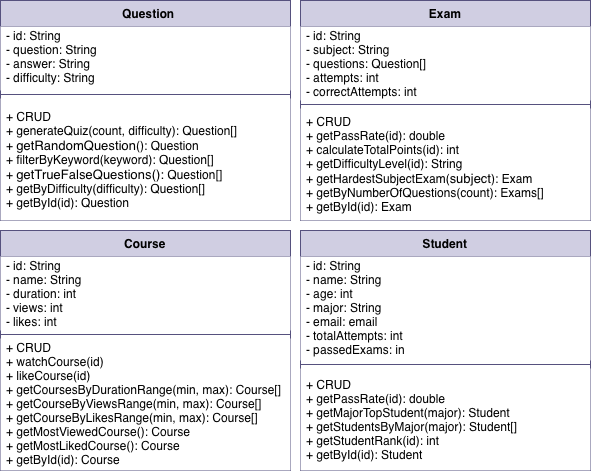
Before: images/LMS.drawio.png, a diagram exported from draw.io (AlhanoufKMLz/tuwaiq-lab7). Source tidied: cells renumbered, new cells last; positions are measured from the earlier drawing's top-left corner, leaving out a move shared by most shapes. Its diagram source:
```xml
<mxGraphModel>
  <root>
    <mxCell id="0" />
    <mxCell id="1" parent="0" />
    <mxCell id="2" value="Exam" style="swimlane;fontStyle=1;align=center;verticalAlign=top;horizontal=1;startSize=26;whiteSpace=wrap;html=1;fillColor=#d0cee2;strokeColor=#56517e;" parent="1" vertex="1">
      <mxGeometry x="300" width="290" height="220" as="geometry" />
    </mxCell>
    <mxCell id="3" value="- id: String&lt;div&gt;- subject: String&lt;br&gt;&lt;div&gt;- questions: Question[]&lt;/div&gt;&lt;/div&gt;&lt;div&gt;- attempts: int&lt;/div&gt;&lt;div&gt;- correctAttempts: int&lt;/div&gt;" style="text;align=left;verticalAlign=middle;spacingLeft=4;spacingRight=4;overflow=hidden;whiteSpace=wrap;html=1;fillColor=default;" parent="2" vertex="1">
      <mxGeometry y="26" width="290" height="74" as="geometry" />
    </mxCell>
    <mxCell id="4" style="line;strokeWidth=1;fillColor=none;align=left;verticalAlign=middle;spacingTop=-1;spacingLeft=3;spacingRight=3;labelPosition=right;strokeColor=inherit;" parent="2" vertex="1">
      <mxGeometry y="100" width="290" height="8" as="geometry" />
    </mxCell>
    <mxCell id="5" value="&lt;font&gt;+ CRUD&lt;/font&gt;&lt;div&gt;&lt;font&gt;+&amp;nbsp;getPassRate(id): double&lt;/font&gt;&lt;/div&gt;&lt;div&gt;&lt;font&gt;+&amp;nbsp;calculateTotalPoints(id): int&lt;/font&gt;&lt;/div&gt;&lt;div&gt;&lt;font&gt;+&amp;nbsp;&lt;/font&gt;getDifficultyLevel(id): String&lt;/div&gt;&lt;div&gt;&lt;font&gt;+&amp;nbsp;getHardestSubjectExam(&lt;/font&gt;&lt;span style=&quot;font-size: 9.8pt; color: rgb(0, 0, 0);&quot;&gt;&lt;font face=&quot;Helvetica&quot;&gt;subject&lt;/font&gt;&lt;/span&gt;): Exam&amp;nbsp;&lt;/div&gt;&lt;div&gt;&lt;font&gt;+ getByNumberOfQuestions(count): Exams[]&lt;/font&gt;&lt;/div&gt;&lt;div&gt;&lt;font&gt;+ getById(id): Exam&lt;/font&gt;&lt;/div&gt;" style="text;strokeColor=none;fillColor=default;align=left;verticalAlign=top;spacingLeft=4;spacingRight=4;overflow=hidden;whiteSpace=wrap;html=1;" parent="2" vertex="1">
      <mxGeometry y="108" width="290" height="112" as="geometry" />
    </mxCell>
    <mxCell id="6" value="Course" style="swimlane;fontStyle=1;align=center;verticalAlign=top;horizontal=1;startSize=26;whiteSpace=wrap;html=1;fillColor=#d0cee2;strokeColor=#56517e;" parent="1" vertex="1">
      <mxGeometry y="230" width="290" height="240" as="geometry" />
    </mxCell>
    <mxCell id="7" value="- id: String&lt;div&gt;- name: String&lt;br&gt;&lt;div&gt;- duration: int&lt;/div&gt;&lt;/div&gt;&lt;div&gt;- views: int&lt;/div&gt;&lt;div&gt;- likes: int&lt;/div&gt;" style="text;strokeColor=none;fillColor=default;align=left;verticalAlign=middle;spacingLeft=4;spacingRight=4;overflow=hidden;whiteSpace=wrap;html=1;" parent="6" vertex="1">
      <mxGeometry y="26" width="290" height="74" as="geometry" />
    </mxCell>
    <mxCell id="8" style="line;strokeWidth=1;fillColor=none;align=left;verticalAlign=middle;spacingTop=-1;spacingLeft=3;spacingRight=3;labelPosition=right;strokeColor=inherit;" parent="6" vertex="1">
      <mxGeometry y="100" width="290" height="8" as="geometry" />
    </mxCell>
    <mxCell id="9" value="+ CRUD&lt;div&gt;+ watchCourse(id)&lt;/div&gt;&lt;div&gt;+ likeCourse(id)&lt;/div&gt;&lt;div&gt;+&lt;font&gt;&amp;nbsp;getCoursesByDurationRange(min, max): Course[]&lt;/font&gt;&lt;/div&gt;&lt;div&gt;&lt;font&gt;+ getCourseByViewsRange(min, max): Course[]&lt;br&gt;&lt;/font&gt;&lt;/div&gt;&lt;div&gt;&lt;font&gt;+ getCourseByLikesRange(min, max): Course[]&lt;br&gt;&lt;/font&gt;&lt;/div&gt;&lt;div&gt;&lt;font&gt;&lt;span&gt;+&amp;nbsp;&lt;span style=&quot;color: rgb(0, 0, 0);&quot;&gt;&lt;font face=&quot;Helvetica&quot;&gt;getMostViewedCourse&lt;/font&gt;&lt;/span&gt;(): Course&lt;/span&gt;&lt;br&gt;&lt;/font&gt;&lt;/div&gt;&lt;div&gt;&lt;font&gt;&lt;span&gt;+ getMostLikedCourse(): Course&lt;/span&gt;&lt;/font&gt;&lt;/div&gt;&lt;div&gt;&lt;font&gt;&lt;span&gt;+ getById(id): Course&lt;/span&gt;&lt;/font&gt;&lt;/div&gt;&lt;div&gt;&lt;br&gt;&lt;/div&gt;" style="text;strokeColor=none;fillColor=default;align=left;verticalAlign=middle;spacingLeft=4;spacingRight=4;overflow=hidden;whiteSpace=wrap;html=1;" parent="6" vertex="1">
      <mxGeometry y="108" width="290" height="132" as="geometry" />
    </mxCell>
    <mxCell id="10" value="&amp;nbsp; Question" style="swimlane;fontStyle=1;align=center;verticalAlign=middle;horizontal=1;startSize=26;whiteSpace=wrap;html=1;fillColor=#d0cee2;strokeColor=#56517e;" parent="1" vertex="1">
      <mxGeometry width="290" height="220" as="geometry" />
    </mxCell>
    <mxCell id="11" value="- id: String&lt;div&gt;&lt;div&gt;- question: String&lt;/div&gt;&lt;/div&gt;&lt;div&gt;- answer: String&lt;/div&gt;&lt;div&gt;- difficulty: String&lt;/div&gt;&lt;div&gt;&lt;br&gt;&lt;/div&gt;" style="text;strokeColor=none;fillColor=default;align=left;verticalAlign=middle;spacingLeft=4;spacingRight=4;overflow=hidden;whiteSpace=wrap;html=1;" parent="10" vertex="1">
      <mxGeometry y="26" width="290" height="64" as="geometry" />
    </mxCell>
    <mxCell id="12" style="line;strokeWidth=1;fillColor=none;align=left;verticalAlign=middle;spacingTop=-1;spacingLeft=3;spacingRight=3;labelPosition=right;strokeColor=inherit;" parent="10" vertex="1">
      <mxGeometry y="90" width="290" height="8" as="geometry" />
    </mxCell>
    <mxCell id="13" value="&lt;font face=&quot;Helvetica&quot;&gt;+ CRUD&lt;/font&gt;&lt;div&gt;&lt;font face=&quot;Helvetica&quot;&gt;+&amp;nbsp;generateQuiz(count, difficulty): Question[]&lt;/font&gt;&lt;/div&gt;&lt;div&gt;&lt;font face=&quot;Helvetica&quot;&gt;+&amp;nbsp;&lt;span style=&quot;font-size: 9.8pt; color: rgb(0, 0, 0); background-color: light-dark(#ffffff, var(--ge-dark-color, #121212));&quot;&gt;getRandomQuestion&lt;/span&gt;(): Question&lt;br&gt;&lt;/font&gt;&lt;/div&gt;&lt;div&gt;&lt;font face=&quot;Helvetica&quot;&gt;+&lt;/font&gt;&amp;nbsp;filterByKeyword(keyword): Question[]&lt;/div&gt;&lt;div&gt;&lt;font face=&quot;Helvetica&quot;&gt;+&amp;nbsp;&lt;span style=&quot;font-size: 9.8pt; color: rgb(0, 0, 0);&quot;&gt;getTrueFalseQuestions():&amp;nbsp;&lt;/span&gt;&lt;/font&gt;Question[]&lt;/div&gt;&lt;div&gt;+ getByDifficulty(difficulty): Question[]&lt;/div&gt;&lt;div&gt;+ getById(id): Question&lt;/div&gt;" style="text;strokeColor=none;fillColor=default;align=left;verticalAlign=middle;spacingLeft=4;spacingRight=4;overflow=hidden;whiteSpace=wrap;html=1;" parent="10" vertex="1">
      <mxGeometry y="98" width="290" height="122" as="geometry" />
    </mxCell>
    <mxCell id="14" value="Student" style="swimlane;fontStyle=1;align=center;verticalAlign=top;horizontal=1;startSize=26;whiteSpace=wrap;html=1;fillColor=#d0cee2;strokeColor=#56517e;" parent="1" vertex="1">
      <mxGeometry x="300" y="230" width="290" height="240" as="geometry" />
    </mxCell>
    <mxCell id="15" value="- id: String&lt;div&gt;- name: String&lt;/div&gt;&lt;div&gt;- age: int&lt;/div&gt;&lt;div&gt;- major: String&lt;/div&gt;&lt;div&gt;- email: email&lt;/div&gt;&lt;div&gt;-&amp;nbsp;&lt;span style=&quot;background-color: light-dark(#ffffff, var(--ge-dark-color, #121212)); color: rgb(0, 0, 0);&quot;&gt;&lt;font face=&quot;Helvetica&quot;&gt;totalAttempts: int&lt;/font&gt;&lt;/span&gt;&lt;/div&gt;&lt;div&gt;&lt;span style=&quot;background-color: light-dark(#ffffff, var(--ge-dark-color, #121212)); color: rgb(0, 0, 0);&quot;&gt;&lt;font face=&quot;Helvetica&quot;&gt;-&amp;nbsp;passedExams: in&lt;/font&gt;&lt;/span&gt;&lt;/div&gt;&lt;div&gt;&lt;br&gt;&lt;/div&gt;&lt;div&gt;&lt;br&gt;&lt;/div&gt;" style="text;strokeColor=none;fillColor=default;align=left;verticalAlign=middle;spacingLeft=4;spacingRight=4;overflow=hidden;whiteSpace=wrap;html=1;fontSize=12;" parent="14" vertex="1">
      <mxGeometry y="26" width="290" height="104" as="geometry" />
    </mxCell>
    <mxCell id="16" style="line;strokeWidth=1;fillColor=none;align=left;verticalAlign=middle;spacingTop=-1;spacingLeft=3;spacingRight=3;labelPosition=right;strokeColor=inherit;" parent="14" vertex="1">
      <mxGeometry y="130" width="290" height="8" as="geometry" />
    </mxCell>
    <mxCell id="17" value="+ CRUD&lt;div&gt;&lt;font&gt;+&amp;nbsp;getPassRate(id): double&lt;/font&gt;&lt;/div&gt;&lt;div&gt;&lt;font&gt;&lt;font&gt;+&amp;nbsp;&lt;/font&gt;getMajorTopStudent(major): Student&lt;/font&gt;&lt;/div&gt;&lt;div&gt;&lt;font&gt;+&amp;nbsp;getStudentsByMajor(major): Student[]&lt;/font&gt;&lt;/div&gt;&lt;div&gt;+&amp;nbsp;&lt;span style=&quot;color: rgb(0, 0, 0);&quot;&gt;&lt;font face=&quot;Helvetica&quot;&gt;getStudentRank(id): int&lt;/font&gt;&lt;/span&gt;&lt;/div&gt;&lt;div&gt;&lt;span style=&quot;color: rgb(0, 0, 0);&quot;&gt;&lt;font face=&quot;Helvetica&quot;&gt;+ getById(id): Student&lt;/font&gt;&lt;/span&gt;&lt;/div&gt;" style="text;strokeColor=none;fillColor=default;align=left;verticalAlign=middle;spacingLeft=4;spacingRight=4;overflow=hidden;whiteSpace=wrap;html=1;" parent="14" vertex="1">
      <mxGeometry y="138" width="290" height="102" as="geometry" />
    </mxCell>
  </root>
</mxGraphModel>
```
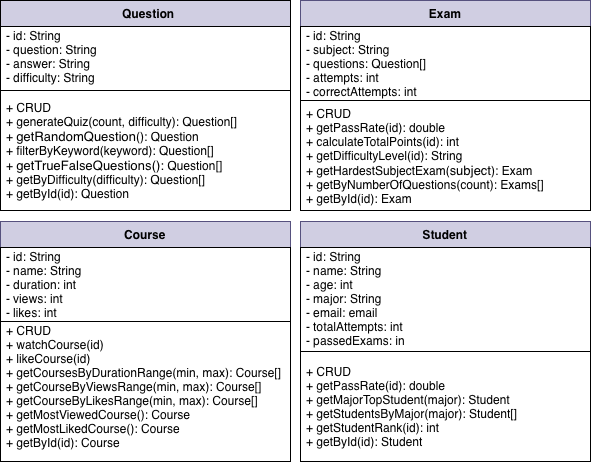
After the change.

Commit message:
fix: UML diagram

Diff of the diagram source:
```diff
@@ -3,52 +3,40 @@
     <mxCell id="0" />
     <mxCell id="1" parent="0" />
     <mxCell id="2" value="Exam" style="swimlane;fontStyle=1;align=center;verticalAlign=top;horizontal=1;startSize=26;whiteSpace=wrap;html=1;fillColor=#d0cee2;strokeColor=#56517e;" parent="1" vertex="1">
-      <mxGeometry x="300" width="290" height="220" as="geometry" />
+      <mxGeometry x="300" width="290" height="210" as="geometry" />
     </mxCell>
-    <mxCell id="3" value="- id: String&lt;div&gt;- subject: String&lt;br&gt;&lt;div&gt;- questions: Question[]&lt;/div&gt;&lt;/div&gt;&lt;div&gt;- attempts: int&lt;/div&gt;&lt;div&gt;- correctAttempts: int&lt;/div&gt;" style="text;align=left;verticalAlign=middle;spacingLeft=4;spacingRight=4;overflow=hidden;whiteSpace=wrap;html=1;fillColor=default;" parent="2" vertex="1">
+    <mxCell id="3" value="- id: String&lt;div&gt;- subject: String&lt;br&gt;&lt;div&gt;- questions: Question[]&lt;/div&gt;&lt;/div&gt;&lt;div&gt;- attempts: int&lt;/div&gt;&lt;div&gt;- correctAttempts: int&lt;/div&gt;" style="text;align=left;verticalAlign=middle;spacingLeft=4;spacingRight=4;overflow=hidden;whiteSpace=wrap;html=1;fillColor=default;strokeColor=default;" parent="2" vertex="1">
       <mxGeometry y="26" width="290" height="74" as="geometry" />
     </mxCell>
-    <mxCell id="4" style="line;strokeWidth=1;fillColor=none;align=left;verticalAlign=middle;spacingTop=-1;spacingLeft=3;spacingRight=3;labelPosition=right;strokeColor=inherit;" parent="2" vertex="1">
-      <mxGeometry y="100" width="290" height="8" as="geometry" />
-    </mxCell>
-    <mxCell id="5" value="&lt;font&gt;+ CRUD&lt;/font&gt;&lt;div&gt;&lt;font&gt;+&amp;nbsp;getPassRate(id): double&lt;/font&gt;&lt;/div&gt;&lt;div&gt;&lt;font&gt;+&amp;nbsp;calculateTotalPoints(id): int&lt;/font&gt;&lt;/div&gt;&lt;div&gt;&lt;font&gt;+&amp;nbsp;&lt;/font&gt;getDifficultyLevel(id): String&lt;/div&gt;&lt;div&gt;&lt;font&gt;+&amp;nbsp;getHardestSubjectExam(&lt;/font&gt;&lt;span style=&quot;font-size: 9.8pt; color: rgb(0, 0, 0);&quot;&gt;&lt;font face=&quot;Helvetica&quot;&gt;subject&lt;/font&gt;&lt;/span&gt;): Exam&amp;nbsp;&lt;/div&gt;&lt;div&gt;&lt;font&gt;+ getByNumberOfQuestions(count): Exams[]&lt;/font&gt;&lt;/div&gt;&lt;div&gt;&lt;font&gt;+ getById(id): Exam&lt;/font&gt;&lt;/div&gt;" style="text;strokeColor=none;fillColor=default;align=left;verticalAlign=top;spacingLeft=4;spacingRight=4;overflow=hidden;whiteSpace=wrap;html=1;" parent="2" vertex="1">
-      <mxGeometry y="108" width="290" height="112" as="geometry" />
+    <mxCell id="5" value="&lt;font&gt;+ CRUD&lt;/font&gt;&lt;div&gt;&lt;font&gt;+&amp;nbsp;getPassRate(id): double&lt;/font&gt;&lt;/div&gt;&lt;div&gt;&lt;font&gt;+&amp;nbsp;calculateTotalPoints(id): int&lt;/font&gt;&lt;/div&gt;&lt;div&gt;&lt;font&gt;+&amp;nbsp;&lt;/font&gt;getDifficultyLevel(id): String&lt;/div&gt;&lt;div&gt;&lt;font&gt;+&amp;nbsp;getHardestSubjectExam(&lt;/font&gt;&lt;span style=&quot;font-size: 9.8pt; color: rgb(0, 0, 0);&quot;&gt;&lt;font face=&quot;Helvetica&quot;&gt;subject&lt;/font&gt;&lt;/span&gt;): Exam&amp;nbsp;&lt;/div&gt;&lt;div&gt;&lt;font&gt;+ getByNumberOfQuestions(count): Exams[]&lt;/font&gt;&lt;/div&gt;&lt;div&gt;&lt;font&gt;+ getById(id): Exam&lt;/font&gt;&lt;/div&gt;" style="text;strokeColor=default;fillColor=default;align=left;verticalAlign=top;spacingLeft=4;spacingRight=4;overflow=hidden;whiteSpace=wrap;html=1;" parent="2" vertex="1">
+      <mxGeometry y="100" width="290" height="110" as="geometry" />
     </mxCell>
+    <mxCell id="10" value="&amp;nbsp; Question" style="swimlane;fontStyle=1;align=center;verticalAlign=middle;horizontal=1;startSize=26;whiteSpace=wrap;html=1;fillColor=#d0cee2;strokeColor=default;" parent="1" vertex="1">
+      <mxGeometry width="290" height="210" as="geometry" />
+    </mxCell>
+    <mxCell id="11" value="- id: String&lt;div&gt;&lt;div&gt;- question: String&lt;/div&gt;&lt;/div&gt;&lt;div&gt;- answer: String&lt;/div&gt;&lt;div&gt;- difficulty: String&lt;/div&gt;&lt;div&gt;&lt;br&gt;&lt;/div&gt;" style="text;strokeColor=default;fillColor=default;align=left;verticalAlign=middle;spacingLeft=4;spacingRight=4;overflow=hidden;whiteSpace=wrap;html=1;gradientColor=none;" parent="10" vertex="1">
+      <mxGeometry y="26" width="290" height="64" as="geometry" />
+    </mxCell>
+    <mxCell id="13" value="&lt;font face=&quot;Helvetica&quot;&gt;+ CRUD&lt;/font&gt;&lt;div&gt;&lt;font face=&quot;Helvetica&quot;&gt;+&amp;nbsp;generateQuiz(count, difficulty): Question[]&lt;/font&gt;&lt;/div&gt;&lt;div&gt;&lt;font face=&quot;Helvetica&quot;&gt;+&amp;nbsp;&lt;span style=&quot;font-size: 9.8pt; color: rgb(0, 0, 0); background-color: light-dark(#ffffff, var(--ge-dark-color, #121212));&quot;&gt;getRandomQuestion&lt;/span&gt;(): Question&lt;br&gt;&lt;/font&gt;&lt;/div&gt;&lt;div&gt;&lt;font face=&quot;Helvetica&quot;&gt;+&lt;/font&gt;&amp;nbsp;filterByKeyword(keyword): Question[]&lt;/div&gt;&lt;div&gt;&lt;font face=&quot;Helvetica&quot;&gt;+&amp;nbsp;&lt;span style=&quot;font-size: 9.8pt; color: rgb(0, 0, 0);&quot;&gt;getTrueFalseQuestions():&amp;nbsp;&lt;/span&gt;&lt;/font&gt;Question[]&lt;/div&gt;&lt;div&gt;+ getByDifficulty(difficulty): Question[]&lt;/div&gt;&lt;div&gt;+ getById(id): Question&lt;/div&gt;" style="text;strokeColor=default;fillColor=default;align=left;verticalAlign=middle;spacingLeft=4;spacingRight=4;overflow=hidden;whiteSpace=wrap;html=1;" parent="10" vertex="1">
+      <mxGeometry y="90" width="290" height="120" as="geometry" />
+    </mxCell>
     <mxCell id="6" value="Course" style="swimlane;fontStyle=1;align=center;verticalAlign=top;horizontal=1;startSize=26;whiteSpace=wrap;html=1;fillColor=#d0cee2;strokeColor=#56517e;" parent="1" vertex="1">
-      <mxGeometry y="230" width="290" height="240" as="geometry" />
+      <mxGeometry y="221" width="290" height="240" as="geometry" />
     </mxCell>
-    <mxCell id="7" value="- id: String&lt;div&gt;- name: String&lt;br&gt;&lt;div&gt;- duration: int&lt;/div&gt;&lt;/div&gt;&lt;div&gt;- views: int&lt;/div&gt;&lt;div&gt;- likes: int&lt;/div&gt;" style="text;strokeColor=none;fillColor=default;align=left;verticalAlign=middle;spacingLeft=4;spacingRight=4;overflow=hidden;whiteSpace=wrap;html=1;" parent="6" vertex="1">
+    <mxCell id="7" value="- id: String&lt;div&gt;- name: String&lt;br&gt;&lt;div&gt;- duration: int&lt;/div&gt;&lt;/div&gt;&lt;div&gt;- views: int&lt;/div&gt;&lt;div&gt;- likes: int&lt;/div&gt;" style="text;strokeColor=default;fillColor=default;align=left;verticalAlign=middle;spacingLeft=4;spacingRight=4;overflow=hidden;whiteSpace=wrap;html=1;" parent="6" vertex="1">
       <mxGeometry y="26" width="290" height="74" as="geometry" />
     </mxCell>
-    <mxCell id="8" style="line;strokeWidth=1;fillColor=none;align=left;verticalAlign=middle;spacingTop=-1;spacingLeft=3;spacingRight=3;labelPosition=right;strokeColor=inherit;" parent="6" vertex="1">
-      <mxGeometry y="100" width="290" height="8" as="geometry" />
-    </mxCell>
-    <mxCell id="9" value="+ CRUD&lt;div&gt;+ watchCourse(id)&lt;/div&gt;&lt;div&gt;+ likeCourse(id)&lt;/div&gt;&lt;div&gt;+&lt;font&gt;&amp;nbsp;getCoursesByDurationRange(min, max): Course[]&lt;/font&gt;&lt;/div&gt;&lt;div&gt;&lt;font&gt;+ getCourseByViewsRange(min, max): Course[]&lt;br&gt;&lt;/font&gt;&lt;/div&gt;&lt;div&gt;&lt;font&gt;+ getCourseByLikesRange(min, max): Course[]&lt;br&gt;&lt;/font&gt;&lt;/div&gt;&lt;div&gt;&lt;font&gt;&lt;span&gt;+&amp;nbsp;&lt;span style=&quot;color: rgb(0, 0, 0);&quot;&gt;&lt;font face=&quot;Helvetica&quot;&gt;getMostViewedCourse&lt;/font&gt;&lt;/span&gt;(): Course&lt;/span&gt;&lt;br&gt;&lt;/font&gt;&lt;/div&gt;&lt;div&gt;&lt;font&gt;&lt;span&gt;+ getMostLikedCourse(): Course&lt;/span&gt;&lt;/font&gt;&lt;/div&gt;&lt;div&gt;&lt;font&gt;&lt;span&gt;+ getById(id): Course&lt;/span&gt;&lt;/font&gt;&lt;/div&gt;&lt;div&gt;&lt;br&gt;&lt;/div&gt;" style="text;strokeColor=none;fillColor=default;align=left;verticalAlign=middle;spacingLeft=4;spacingRight=4;overflow=hidden;whiteSpace=wrap;html=1;" parent="6" vertex="1">
-      <mxGeometry y="108" width="290" height="132" as="geometry" />
+    <mxCell id="9" value="+ CRUD&lt;div&gt;+ watchCourse(id)&lt;/div&gt;&lt;div&gt;+ likeCourse(id)&lt;/div&gt;&lt;div&gt;+&lt;font&gt;&amp;nbsp;getCoursesByDurationRange(min, max): Course[]&lt;/font&gt;&lt;/div&gt;&lt;div&gt;&lt;font&gt;+ getCourseByViewsRange(min, max): Course[]&lt;br&gt;&lt;/font&gt;&lt;/div&gt;&lt;div&gt;&lt;font&gt;+ getCourseByLikesRange(min, max): Course[]&lt;br&gt;&lt;/font&gt;&lt;/div&gt;&lt;div&gt;&lt;font&gt;&lt;span&gt;+&amp;nbsp;&lt;span style=&quot;color: rgb(0, 0, 0);&quot;&gt;&lt;font face=&quot;Helvetica&quot;&gt;getMostViewedCourse&lt;/font&gt;&lt;/span&gt;(): Course&lt;/span&gt;&lt;br&gt;&lt;/font&gt;&lt;/div&gt;&lt;div&gt;&lt;font&gt;&lt;span&gt;+ getMostLikedCourse(): Course&lt;/span&gt;&lt;/font&gt;&lt;/div&gt;&lt;div&gt;&lt;font&gt;&lt;span&gt;+ getById(id): Course&lt;/span&gt;&lt;/font&gt;&lt;/div&gt;&lt;div&gt;&lt;br&gt;&lt;/div&gt;" style="text;strokeColor=default;fillColor=default;align=left;verticalAlign=middle;spacingLeft=4;spacingRight=4;overflow=hidden;whiteSpace=wrap;html=1;" parent="6" vertex="1">
+      <mxGeometry y="100" width="290" height="140" as="geometry" />
     </mxCell>
-    <mxCell id="10" value="&amp;nbsp; Question" style="swimlane;fontStyle=1;align=center;verticalAlign=middle;horizontal=1;startSize=26;whiteSpace=wrap;html=1;fillColor=#d0cee2;strokeColor=#56517e;" parent="1" vertex="1">
-      <mxGeometry width="290" height="220" as="geometry" />
-    </mxCell>
-    <mxCell id="11" value="- id: String&lt;div&gt;&lt;div&gt;- question: String&lt;/div&gt;&lt;/div&gt;&lt;div&gt;- answer: String&lt;/div&gt;&lt;div&gt;- difficulty: String&lt;/div&gt;&lt;div&gt;&lt;br&gt;&lt;/div&gt;" style="text;strokeColor=none;fillColor=default;align=left;verticalAlign=middle;spacingLeft=4;spacingRight=4;overflow=hidden;whiteSpace=wrap;html=1;" parent="10" vertex="1">
-      <mxGeometry y="26" width="290" height="64" as="geometry" />
-    </mxCell>
-    <mxCell id="12" style="line;strokeWidth=1;fillColor=none;align=left;verticalAlign=middle;spacingTop=-1;spacingLeft=3;spacingRight=3;labelPosition=right;strokeColor=inherit;" parent="10" vertex="1">
-      <mxGeometry y="90" width="290" height="8" as="geometry" />
-    </mxCell>
-    <mxCell id="13" value="&lt;font face=&quot;Helvetica&quot;&gt;+ CRUD&lt;/font&gt;&lt;div&gt;&lt;font face=&quot;Helvetica&quot;&gt;+&amp;nbsp;generateQuiz(count, difficulty): Question[]&lt;/font&gt;&lt;/div&gt;&lt;div&gt;&lt;font face=&quot;Helvetica&quot;&gt;+&amp;nbsp;&lt;span style=&quot;font-size: 9.8pt; color: rgb(0, 0, 0); background-color: light-dark(#ffffff, var(--ge-dark-color, #121212));&quot;&gt;getRandomQuestion&lt;/span&gt;(): Question&lt;br&gt;&lt;/font&gt;&lt;/div&gt;&lt;div&gt;&lt;font face=&quot;Helvetica&quot;&gt;+&lt;/font&gt;&amp;nbsp;filterByKeyword(keyword): Question[]&lt;/div&gt;&lt;div&gt;&lt;font face=&quot;Helvetica&quot;&gt;+&amp;nbsp;&lt;span style=&quot;font-size: 9.8pt; color: rgb(0, 0, 0);&quot;&gt;getTrueFalseQuestions():&amp;nbsp;&lt;/span&gt;&lt;/font&gt;Question[]&lt;/div&gt;&lt;div&gt;+ getByDifficulty(difficulty): Question[]&lt;/div&gt;&lt;div&gt;+ getById(id): Question&lt;/div&gt;" style="text;strokeColor=none;fillColor=default;align=left;verticalAlign=middle;spacingLeft=4;spacingRight=4;overflow=hidden;whiteSpace=wrap;html=1;" parent="10" vertex="1">
-      <mxGeometry y="98" width="290" height="122" as="geometry" />
-    </mxCell>
     <mxCell id="14" value="Student" style="swimlane;fontStyle=1;align=center;verticalAlign=top;horizontal=1;startSize=26;whiteSpace=wrap;html=1;fillColor=#d0cee2;strokeColor=#56517e;" parent="1" vertex="1">
-      <mxGeometry x="300" y="230" width="290" height="240" as="geometry" />
+      <mxGeometry x="300" y="221" width="290" height="240" as="geometry" />
     </mxCell>
-    <mxCell id="15" value="- id: String&lt;div&gt;- name: String&lt;/div&gt;&lt;div&gt;- age: int&lt;/div&gt;&lt;div&gt;- major: String&lt;/div&gt;&lt;div&gt;- email: email&lt;/div&gt;&lt;div&gt;-&amp;nbsp;&lt;span style=&quot;background-color: light-dark(#ffffff, var(--ge-dark-color, #121212)); color: rgb(0, 0, 0);&quot;&gt;&lt;font face=&quot;Helvetica&quot;&gt;totalAttempts: int&lt;/font&gt;&lt;/span&gt;&lt;/div&gt;&lt;div&gt;&lt;span style=&quot;background-color: light-dark(#ffffff, var(--ge-dark-color, #121212)); color: rgb(0, 0, 0);&quot;&gt;&lt;font face=&quot;Helvetica&quot;&gt;-&amp;nbsp;passedExams: in&lt;/font&gt;&lt;/span&gt;&lt;/div&gt;&lt;div&gt;&lt;br&gt;&lt;/div&gt;&lt;div&gt;&lt;br&gt;&lt;/div&gt;" style="text;strokeColor=none;fillColor=default;align=left;verticalAlign=middle;spacingLeft=4;spacingRight=4;overflow=hidden;whiteSpace=wrap;html=1;fontSize=12;" parent="14" vertex="1">
+    <mxCell id="15" value="- id: String&lt;div&gt;- name: String&lt;/div&gt;&lt;div&gt;- age: int&lt;/div&gt;&lt;div&gt;- major: String&lt;/div&gt;&lt;div&gt;- email: email&lt;/div&gt;&lt;div&gt;-&amp;nbsp;&lt;span style=&quot;background-color: light-dark(#ffffff, var(--ge-dark-color, #121212)); color: rgb(0, 0, 0);&quot;&gt;&lt;font face=&quot;Helvetica&quot;&gt;totalAttempts: int&lt;/font&gt;&lt;/span&gt;&lt;/div&gt;&lt;div&gt;&lt;span style=&quot;background-color: light-dark(#ffffff, var(--ge-dark-color, #121212)); color: rgb(0, 0, 0);&quot;&gt;&lt;font face=&quot;Helvetica&quot;&gt;-&amp;nbsp;passedExams: in&lt;/font&gt;&lt;/span&gt;&lt;/div&gt;&lt;div&gt;&lt;br&gt;&lt;/div&gt;&lt;div&gt;&lt;br&gt;&lt;/div&gt;" style="text;strokeColor=default;fillColor=default;align=left;verticalAlign=middle;spacingLeft=4;spacingRight=4;overflow=hidden;whiteSpace=wrap;html=1;fontSize=12;" parent="14" vertex="1">
       <mxGeometry y="26" width="290" height="104" as="geometry" />
     </mxCell>
-    <mxCell id="16" style="line;strokeWidth=1;fillColor=none;align=left;verticalAlign=middle;spacingTop=-1;spacingLeft=3;spacingRight=3;labelPosition=right;strokeColor=inherit;" parent="14" vertex="1">
-      <mxGeometry y="130" width="290" height="8" as="geometry" />
-    </mxCell>
-    <mxCell id="17" value="+ CRUD&lt;div&gt;&lt;font&gt;+&amp;nbsp;getPassRate(id): double&lt;/font&gt;&lt;/div&gt;&lt;div&gt;&lt;font&gt;&lt;font&gt;+&amp;nbsp;&lt;/font&gt;getMajorTopStudent(major): Student&lt;/font&gt;&lt;/div&gt;&lt;div&gt;&lt;font&gt;+&amp;nbsp;getStudentsByMajor(major): Student[]&lt;/font&gt;&lt;/div&gt;&lt;div&gt;+&amp;nbsp;&lt;span style=&quot;color: rgb(0, 0, 0);&quot;&gt;&lt;font face=&quot;Helvetica&quot;&gt;getStudentRank(id): int&lt;/font&gt;&lt;/span&gt;&lt;/div&gt;&lt;div&gt;&lt;span style=&quot;color: rgb(0, 0, 0);&quot;&gt;&lt;font face=&quot;Helvetica&quot;&gt;+ getById(id): Student&lt;/font&gt;&lt;/span&gt;&lt;/div&gt;" style="text;strokeColor=none;fillColor=default;align=left;verticalAlign=middle;spacingLeft=4;spacingRight=4;overflow=hidden;whiteSpace=wrap;html=1;" parent="14" vertex="1">
-      <mxGeometry y="138" width="290" height="102" as="geometry" />
+    <mxCell id="17" value="+ CRUD&lt;div&gt;&lt;font&gt;+&amp;nbsp;getPassRate(id): double&lt;/font&gt;&lt;/div&gt;&lt;div&gt;&lt;font&gt;&lt;font&gt;+&amp;nbsp;&lt;/font&gt;getMajorTopStudent(major): Student&lt;/font&gt;&lt;/div&gt;&lt;div&gt;&lt;font&gt;+&amp;nbsp;getStudentsByMajor(major): Student[]&lt;/font&gt;&lt;/div&gt;&lt;div&gt;+&amp;nbsp;&lt;span style=&quot;color: rgb(0, 0, 0);&quot;&gt;&lt;font face=&quot;Helvetica&quot;&gt;getStudentRank(id): int&lt;/font&gt;&lt;/span&gt;&lt;/div&gt;&lt;div&gt;&lt;span style=&quot;color: rgb(0, 0, 0);&quot;&gt;&lt;font face=&quot;Helvetica&quot;&gt;+ getById(id): Student&lt;/font&gt;&lt;/span&gt;&lt;/div&gt;" style="text;strokeColor=default;fillColor=default;align=left;verticalAlign=middle;spacingLeft=4;spacingRight=4;overflow=hidden;whiteSpace=wrap;html=1;" parent="14" vertex="1">
+      <mxGeometry y="130" width="290" height="110" as="geometry" />
     </mxCell>
   </root>
 </mxGraphModel>
```
